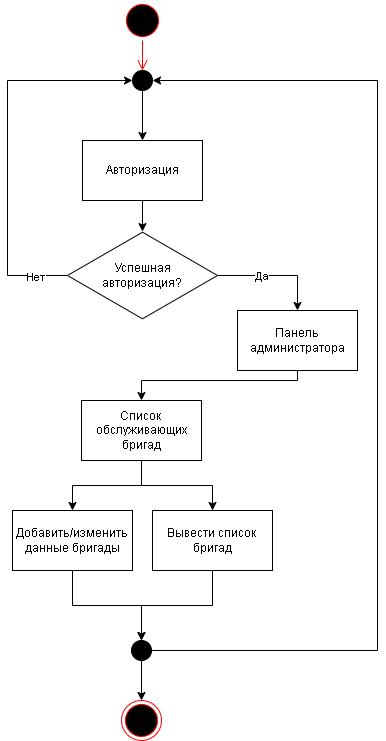
Above: images/Админ/Сценарии_использования-Админ_прсм_изм_бригад.png in CCF2P/Backend (draw.io), before the change. Source tidied: cells renumbered, new cells last; positions are measured from the earlier drawing's top-left corner, leaving out a move shared by most shapes.
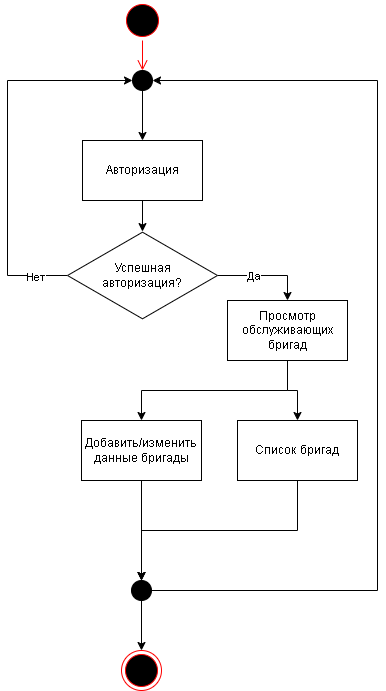
The same diagram one commit later.

What changed in the source:
```diff
@@ -5,19 +5,22 @@
     <mxCell id="2" style="edgeStyle=orthogonalEdgeStyle;rounded=0;jettySize=auto;html=1;exitX=0.5;exitY=1;exitDx=0;exitDy=0;entryX=0.5;entryY=0;entryDx=0;entryDy=0;" parent="1" edge="1" source="4" target="6">
       <mxGeometry relative="1" as="geometry" />
     </mxCell>
-    <mxCell id="3" style="edgeStyle=orthogonalEdgeStyle;rounded=0;jettySize=auto;html=1;exitX=0.5;exitY=1;exitDx=0;exitDy=0;entryX=0.5;entryY=0;entryDx=0;entryDy=0;" parent="1" edge="1" source="25">
-      <mxGeometry relative="1" as="geometry">
-        <mxPoint x="65" y="570" as="targetPoint" />
-      </mxGeometry>
+    <mxCell id="3" style="edgeStyle=orthogonalEdgeStyle;rounded=0;jettySize=auto;html=1;exitX=0.5;exitY=1;exitDx=0;exitDy=0;entryX=0.5;entryY=0;entryDx=0;entryDy=0;" parent="1" edge="1" source="25" target="23">
+      <mxGeometry relative="1" as="geometry" />
     </mxCell>
-    <mxCell id="4" value="Список обслуживающих бригад" style="rounded=0;whiteSpace=wrap;html=1;" parent="1" vertex="1">
-      <mxGeometry x="74" y="400" width="120" height="60" as="geometry" />
+    <mxCell id="4" value="Просмотр обслуживающих бригад" style="rounded=0;whiteSpace=wrap;html=1;" parent="1" vertex="1">
+      <mxGeometry x="220" y="300" width="120" height="60" as="geometry" />
     </mxCell>
     <mxCell id="5" style="edgeStyle=orthogonalEdgeStyle;rounded=0;jettySize=auto;html=1;exitX=0.5;exitY=1;exitDx=0;exitDy=0;entryX=0.5;entryY=0;entryDx=0;entryDy=0;" parent="1" edge="1" source="6" target="23">
-      <mxGeometry relative="1" as="geometry" />
+      <mxGeometry relative="1" as="geometry">
+        <Array as="points">
+          <mxPoint x="290" y="530" />
+          <mxPoint x="134" y="530" />
+        </Array>
+      </mxGeometry>
     </mxCell>
-    <mxCell id="6" value="Вывести список бригад" style="rounded=0;whiteSpace=wrap;html=1;" parent="1" vertex="1">
-      <mxGeometry x="145" y="510" width="120" height="60" as="geometry" />
+    <mxCell id="6" value="Список бригад" style="rounded=0;whiteSpace=wrap;html=1;" parent="1" vertex="1">
+      <mxGeometry x="230" y="420" width="120" height="60" as="geometry" />
     </mxCell>
     <mxCell id="7" style="edgeStyle=orthogonalEdgeStyle;rounded=0;jettySize=auto;html=1;exitX=0.5;exitY=1;exitDx=0;exitDy=0;entryX=0.5;entryY=0;entryDx=0;entryDy=0;" parent="1" edge="1" source="25" target="23">
       <mxGeometry relative="1" as="geometry" />
@@ -28,17 +31,6 @@
     <mxCell id="9" style="edgeStyle=orthogonalEdgeStyle;html=1;verticalAlign=bottom;endArrow=open;endSize=8;strokeColor=#ff0000;rounded=0;entryX=0.5;entryY=0;entryDx=0;entryDy=0;" parent="1" edge="1" source="8" target="19">
       <mxGeometry relative="1" as="geometry" />
     </mxCell>
-    <mxCell id="10" style="edgeStyle=orthogonalEdgeStyle;rounded=0;jettySize=auto;html=1;exitX=0.5;exitY=1;exitDx=0;exitDy=0;entryX=0.5;entryY=0;entryDx=0;entryDy=0;" parent="1" edge="1" source="11" target="4">
-      <mxGeometry relative="1" as="geometry">
-        <Array as="points">
-          <mxPoint x="290" y="380" />
-          <mxPoint x="134" y="380" />
-        </Array>
-      </mxGeometry>
-    </mxCell>
-    <mxCell id="11" value="Панель администратора" style="rounded=0;whiteSpace=wrap;html=1;" parent="1" vertex="1">
-      <mxGeometry x="230" y="310" width="120" height="60" as="geometry" />
-    </mxCell>
     <mxCell id="12" value="Авторизация" style="rounded=0;whiteSpace=wrap;html=1;" parent="1" vertex="1">
       <mxGeometry x="75" y="140" width="120" height="60" as="geometry" />
     </mxCell>
@@ -53,7 +45,7 @@
     <mxCell id="14" value="Нет" style="edgeLabel;html=1;align=center;verticalAlign=middle;" parent="13" vertex="1">
       <mxGeometry x="-0.83" y="1" relative="1" as="geometry" />
     </mxCell>
-    <mxCell id="15" style="edgeStyle=orthogonalEdgeStyle;rounded=0;jettySize=auto;html=1;entryX=0.5;entryY=0;entryDx=0;entryDy=0;" parent="1" edge="1" source="17" target="11">
+    <mxCell id="15" style="edgeStyle=orthogonalEdgeStyle;rounded=0;jettySize=auto;html=1;entryX=0.5;entryY=0;entryDx=0;entryDy=0;" parent="1" edge="1" source="17" target="4">
       <mxGeometry relative="1" as="geometry" />
     </mxCell>
     <mxCell id="16" value="Да" style="edgeLabel;html=1;align=center;verticalAlign=middle;" parent="15" vertex="1">
@@ -74,7 +66,7 @@
     <mxCell id="21" style="edgeStyle=orthogonalEdgeStyle;rounded=0;jettySize=auto;html=1;exitX=1;exitY=0.5;exitDx=0;exitDy=0;entryX=1;entryY=0.5;entryDx=0;entryDy=0;" parent="1" edge="1" source="23" target="19">
       <mxGeometry relative="1" as="geometry">
         <Array as="points">
-          <mxPoint x="370" y="650" />
+          <mxPoint x="370" y="590" />
           <mxPoint x="370" y="80" />
         </Array>
       </mxGeometry>
@@ -83,16 +75,16 @@
       <mxGeometry relative="1" as="geometry" />
     </mxCell>
     <mxCell id="23" style="ellipse;fillColor=strokeColor;html=1;" parent="1" vertex="1">
-      <mxGeometry x="124" y="640" width="20" height="20" as="geometry" />
+      <mxGeometry x="124" y="580" width="20" height="20" as="geometry" />
     </mxCell>
     <mxCell id="24" style="edgeStyle=orthogonalEdgeStyle;rounded=0;jettySize=auto;html=1;exitX=0.5;exitY=1;exitDx=0;exitDy=0;entryX=0.5;entryY=0;entryDx=0;entryDy=0;" parent="1" edge="1" source="4" target="25">
       <mxGeometry relative="1" as="geometry" />
     </mxCell>
     <mxCell id="25" value="Добавить/изменить данные бригады" style="rounded=0;whiteSpace=wrap;html=1;" parent="1" vertex="1">
-      <mxGeometry x="5" y="510" width="120" height="60" as="geometry" />
+      <mxGeometry x="74" y="420" width="120" height="60" as="geometry" />
     </mxCell>
     <mxCell id="26" style="ellipse;html=1;shape=endState;fillColor=#000000;strokeColor=#ff0000;" parent="1" vertex="1">
-      <mxGeometry x="114" y="700" width="40" height="40" as="geometry" />
+      <mxGeometry x="114" y="650" width="40" height="40" as="geometry" />
     </mxCell>
   </root>
 </mxGraphModel>
```
